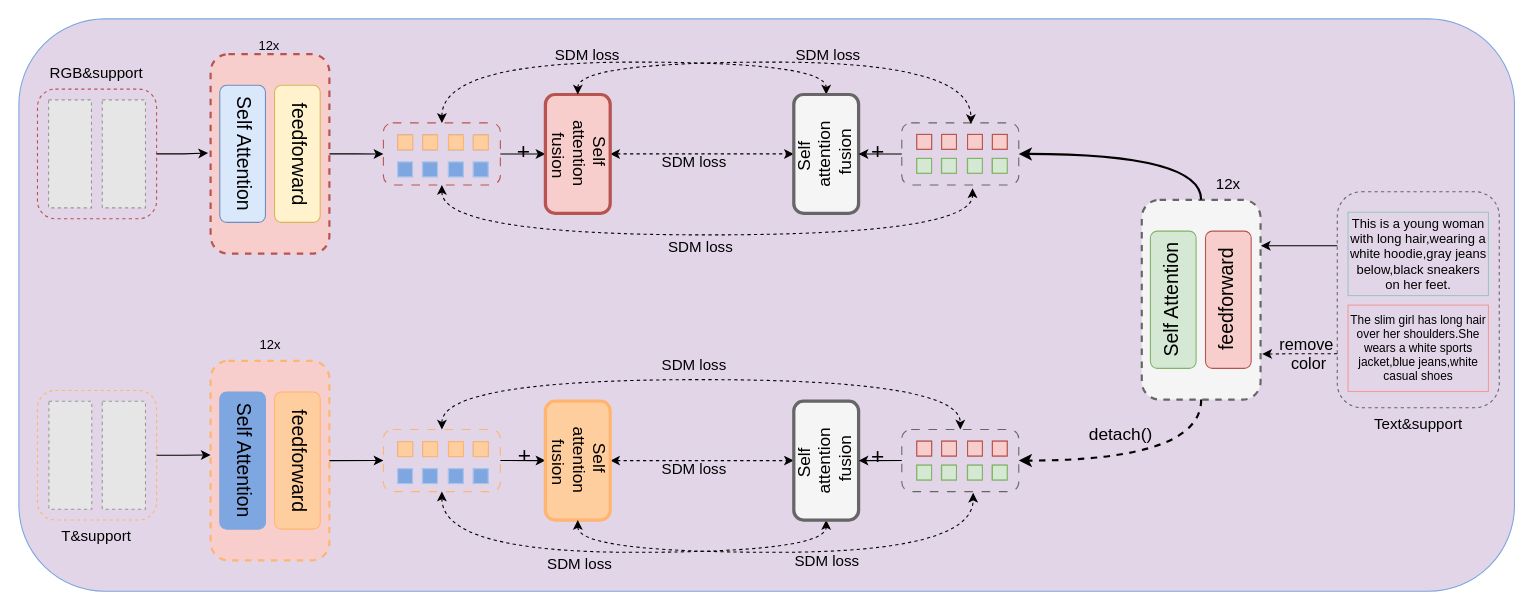
This is 12.10mlukd_teacher.drawio from CZYdeGithub/drawio, a draw.io file, before an edit. Source tidied: cells renumbered, new cells numbered last; positions are measured from the earlier drawing's top-left corner, leaving out a move shared by most shapes. Both pictures are drawn from the tidied source at 108%, with x=0, y=0 at pixel (18, 18). Pictures stored in the file or linked from it are replaced by grey dashed boxes.
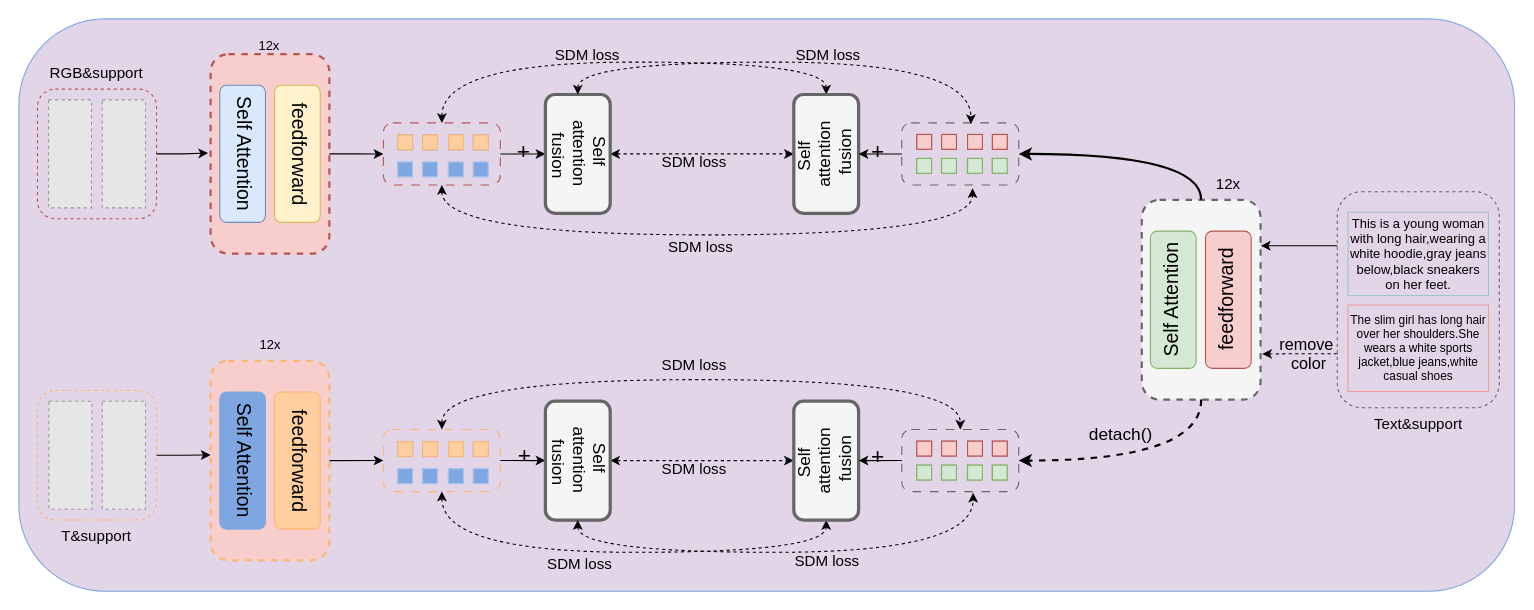
After the change.

Diff of the diagram source:
```diff
@@
-    <mxCell id="12" value="Self&amp;nbsp;&lt;div&gt;attention&lt;/div&gt;&lt;div&gt;&amp;nbsp;fusion&lt;/div&gt;" style="rounded=1;whiteSpace=wrap;html=1;direction=west;textDirection=vertical-rl;fontSize=16;strokeColor=#b85450;strokeWidth=3;fillColor=#f8cecc;" parent="1" vertex="1">
+    <mxCell id="12" value="Self&amp;nbsp;&lt;div&gt;attention&lt;/div&gt;&lt;div&gt;&amp;nbsp;fusion&lt;/div&gt;" style="rounded=1;whiteSpace=wrap;html=1;direction=west;textDirection=vertical-rl;fontSize=16;strokeColor=#666666;strokeWidth=3;fillColor=#f5f5f5;align=center;verticalAlign=middle;fontFamily=Helvetica;fontColor=default;" parent="1" vertex="1">
       <mxGeometry x="487.5" y="70" width="60" height="110" as="geometry" />
     </mxCell>
@@
-    <mxCell id="79" value="Self&amp;nbsp;&lt;div&gt;attention&lt;/div&gt;&lt;div&gt;&amp;nbsp;fusion&lt;/div&gt;" style="rounded=1;whiteSpace=wrap;html=1;direction=west;textDirection=vertical-rl;fontSize=16;strokeColor=#ffb570;strokeWidth=3;fillColor=#ffce9f;" parent="1" vertex="1">
+    <mxCell id="79" value="Self&amp;nbsp;&lt;div&gt;attention&lt;/div&gt;&lt;div&gt;&amp;nbsp;fusion&lt;/div&gt;" style="rounded=1;whiteSpace=wrap;html=1;direction=west;textDirection=vertical-rl;fontSize=16;strokeColor=#666666;strokeWidth=3;fillColor=#f5f5f5;align=center;verticalAlign=middle;fontFamily=Helvetica;fontColor=default;" parent="1" vertex="1">
       <mxGeometry x="487.5" y="354" width="60" height="110" as="geometry" />
     </mxCell>
```
